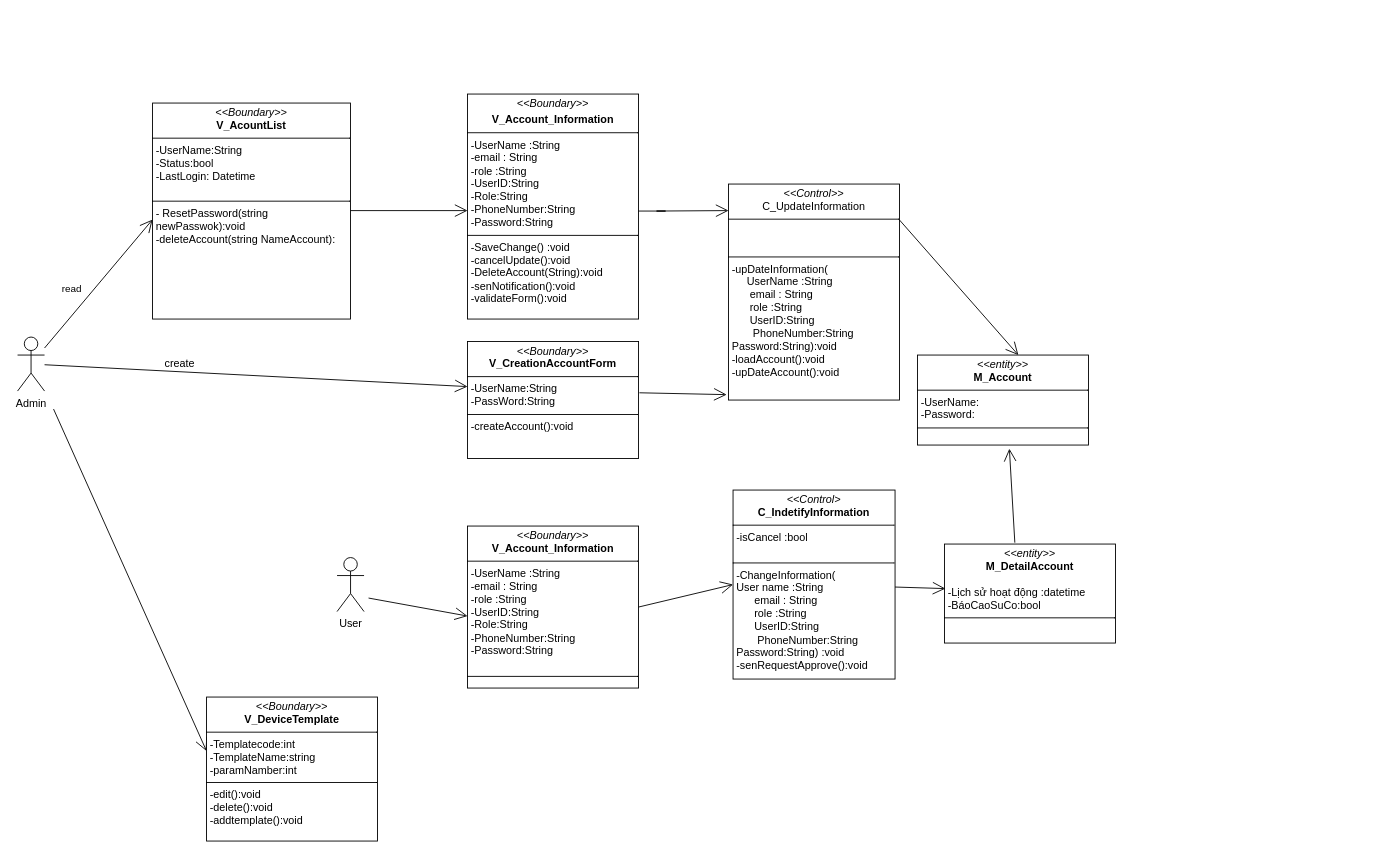
Earlier version of the draw.io diagram Class diagram/Account_management_class (1).drawio (cuongceg/BTL-IT3120). Source tidied: cells renumbered, new cells numbered last; positions are measured from the earlier drawing's top-left corner, leaving out a move shared by most shapes. Both pictures are drawn from the tidied source at 90%, with x=0, y=0 at pixel (17, 94).
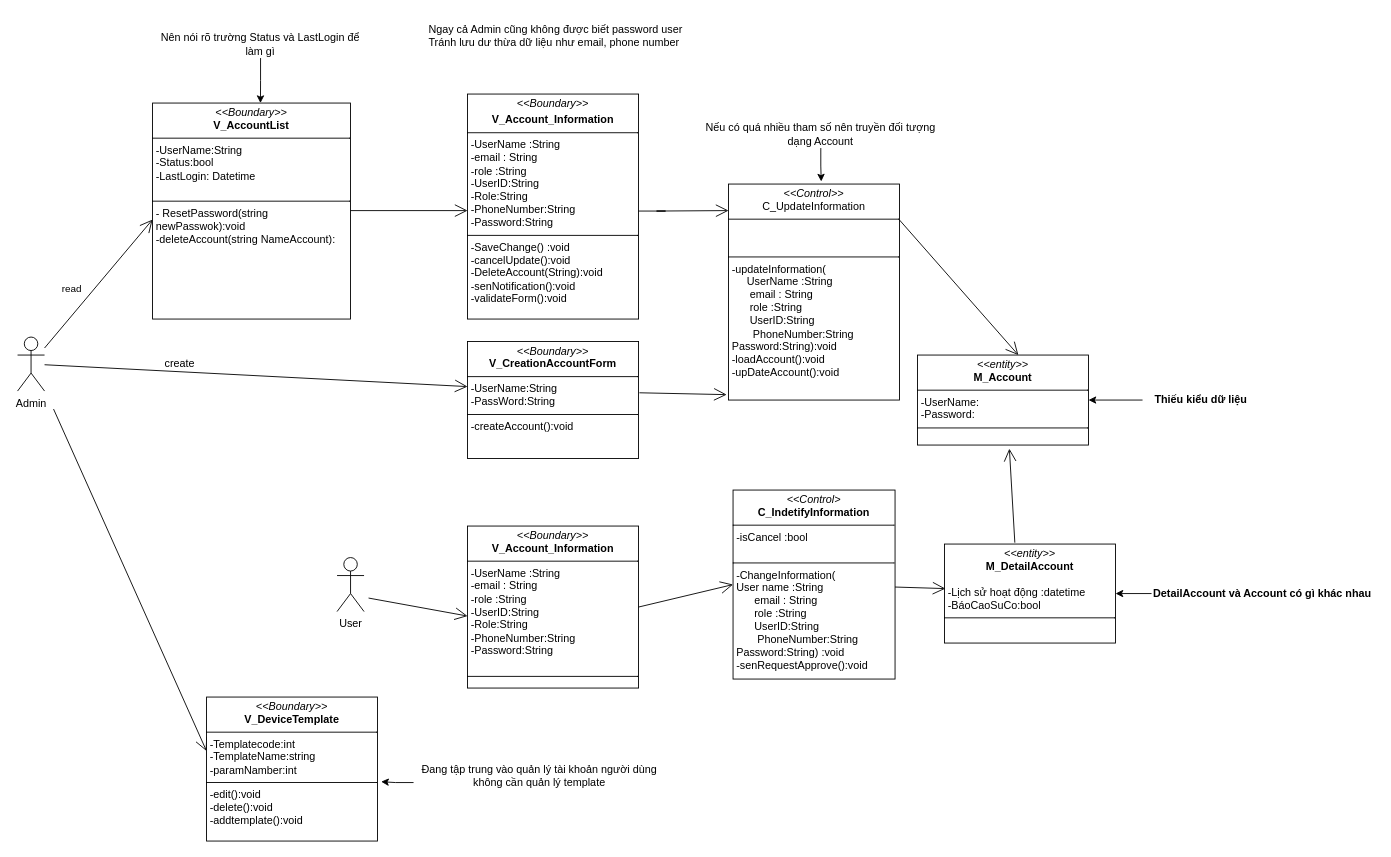
After the change.

Commit message:
refactor: add bugs note

Unchanged cells that the change refers to:
```xml
<mxCell id="13" value="&lt;p style=&quot;margin:0px;margin-top:4px;text-align:center;&quot;&gt;&lt;i&gt;&amp;lt;&amp;lt;entity&amp;gt;&amp;gt;&lt;/i&gt;&lt;br&gt;&lt;b&gt;M_Account&lt;/b&gt;&lt;/p&gt;&lt;hr size=&quot;1&quot; style=&quot;border-style:solid;&quot;&gt;&lt;p style=&quot;margin:0px;margin-left:4px;&quot;&gt;-UserName:&lt;br&gt;-Password:&lt;/p&gt;&lt;hr size=&quot;1&quot; style=&quot;border-style:solid;&quot;&gt;&lt;p style=&quot;margin:0px;margin-left:4px;&quot;&gt;&lt;br&gt;&lt;/p&gt;" style="verticalAlign=top;align=left;overflow=fill;html=1;whiteSpace=wrap;" parent="1" vertex="1">
  <mxGeometry x="1000" y="290" width="190" height="100" as="geometry" />
</mxCell>
<mxCell id="14" value="&lt;p style=&quot;margin:0px;margin-top:4px;text-align:center;&quot;&gt;&lt;i&gt;&amp;lt;&amp;lt;entity&amp;gt;&amp;gt;&lt;/i&gt;&lt;br&gt;&lt;b&gt;M_DetailAccount&lt;/b&gt;&lt;/p&gt;&lt;p style=&quot;margin:0px;margin-left:4px;&quot;&gt;&lt;br&gt;-Lịch sử hoạt động :datetime&lt;/p&gt;&lt;p style=&quot;margin:0px;margin-left:4px;&quot;&gt;-BáoCaoSuCo:bool&lt;/p&gt;&lt;hr size=&quot;1&quot; style=&quot;border-style:solid;&quot;&gt;&lt;p style=&quot;margin:0px;margin-left:4px;&quot;&gt;&lt;br&gt;&lt;br&gt;&lt;/p&gt;" style="verticalAlign=top;align=left;overflow=fill;html=1;whiteSpace=wrap;" parent="1" vertex="1">
  <mxGeometry x="1030" y="500" width="190" height="110" as="geometry" />
</mxCell>
<mxCell id="28" value="&lt;p style=&quot;margin:0px;margin-top:4px;text-align:center;&quot;&gt;&lt;i&gt;&amp;lt;&amp;lt;Boundary&amp;gt;&amp;gt;&lt;/i&gt;&lt;br&gt;&lt;b&gt;V_DeviceTemplate&lt;/b&gt;&lt;/p&gt;&lt;hr size=&quot;1&quot; style=&quot;border-style:solid;&quot;&gt;&lt;p style=&quot;margin:0px;margin-left:4px;&quot;&gt;-Templatecode:int&lt;br&gt;-TemplateName:string&lt;/p&gt;&lt;p style=&quot;margin:0px;margin-left:4px;&quot;&gt;-paramNamber:int&lt;/p&gt;&lt;hr size=&quot;1&quot; style=&quot;border-style:solid;&quot;&gt;&lt;p style=&quot;margin:0px;margin-left:4px;&quot;&gt;-edit():void&lt;br&gt;-delete():void&lt;/p&gt;&lt;p style=&quot;margin:0px;margin-left:4px;&quot;&gt;-addtemplate():void&lt;/p&gt;" style="verticalAlign=top;align=left;overflow=fill;html=1;whiteSpace=wrap;" parent="1" vertex="1">
  <mxGeometry x="210" y="670" width="190" height="160" as="geometry" />
</mxCell>
```

Change to the diagram source:
```diff
@@
-    <mxCell id="3" value="&lt;p style=&quot;margin:0px;margin-top:4px;text-align:center;&quot;&gt;&lt;i&gt;&amp;lt;&amp;lt;Boundary&amp;gt;&amp;gt;&lt;/i&gt;&lt;br&gt;&lt;b&gt;V_AcountList&lt;/b&gt;&lt;/p&gt;&lt;hr size=&quot;1&quot; style=&quot;border-style:solid;&quot;&gt;&lt;p style=&quot;margin:0px;margin-left:4px;&quot;&gt;-UserName:String&amp;nbsp;&lt;br&gt;&lt;/p&gt;&lt;p style=&quot;margin:0px;margin-left:4px;&quot;&gt;-Status:bool&lt;/p&gt;&lt;p style=&quot;margin:0px;margin-left:4px;&quot;&gt;-LastLogin: Datetime&lt;/p&gt;&lt;p style=&quot;margin:0px;margin-left:4px;&quot;&gt;&lt;br&gt;&lt;/p&gt;&lt;hr size=&quot;1&quot; style=&quot;border-style:solid;&quot;&gt;&lt;p style=&quot;margin:0px;margin-left:4px;&quot;&gt;- ResetPassword(string newPasswok):void&lt;br&gt;-deleteAccount(string NameAccount):&lt;/p&gt;" style="verticalAlign=top;align=left;overflow=fill;html=1;whiteSpace=wrap;" parent="1" vertex="1">
+    <mxCell id="3" value="&lt;p style=&quot;margin:0px;margin-top:4px;text-align:center;&quot;&gt;&lt;i&gt;&amp;lt;&amp;lt;Boundary&amp;gt;&amp;gt;&lt;/i&gt;&lt;br&gt;&lt;b&gt;V_AccountList&lt;/b&gt;&lt;/p&gt;&lt;hr size=&quot;1&quot; style=&quot;border-style:solid;&quot;&gt;&lt;p style=&quot;margin:0px;margin-left:4px;&quot;&gt;-UserName:String&amp;nbsp;&lt;br&gt;&lt;/p&gt;&lt;p style=&quot;margin:0px;margin-left:4px;&quot;&gt;-Status:bool&lt;/p&gt;&lt;p style=&quot;margin:0px;margin-left:4px;&quot;&gt;-LastLogin: Datetime&lt;/p&gt;&lt;p style=&quot;margin:0px;margin-left:4px;&quot;&gt;&lt;br&gt;&lt;/p&gt;&lt;hr size=&quot;1&quot; style=&quot;border-style:solid;&quot;&gt;&lt;p style=&quot;margin:0px;margin-left:4px;&quot;&gt;- ResetPassword(string newPasswok):void&lt;br&gt;-deleteAccount(string NameAccount):&lt;/p&gt;" style="verticalAlign=top;align=left;overflow=fill;html=1;whiteSpace=wrap;" parent="1" vertex="1">
       <mxGeometry x="150" y="10" width="220" height="240" as="geometry" />
     </mxCell>
@@
-    <mxCell id="11" value="&lt;p style=&quot;margin:0px;margin-top:4px;text-align:center;&quot;&gt;&lt;i&gt;&amp;lt;&amp;lt;Control&amp;gt;&amp;gt;&lt;/i&gt;&lt;br&gt;C_UpdateInformation&lt;/p&gt;&lt;hr size=&quot;1&quot; style=&quot;border-style:solid;&quot;&gt;&lt;p style=&quot;margin:0px;margin-left:4px;&quot;&gt;&lt;br&gt;&lt;br&gt;&lt;/p&gt;&lt;hr size=&quot;1&quot; style=&quot;border-style:solid;&quot;&gt;&lt;p style=&quot;margin:0px;margin-left:4px;&quot;&gt;-upDateInformation(&lt;/p&gt;&lt;p style=&quot;margin:0px;margin-left:4px;&quot;&gt;&amp;nbsp; &amp;nbsp; &amp;nbsp;UserName :String&lt;/p&gt;&lt;p style=&quot;margin:0px;margin-left:4px;&quot;&gt;&amp;nbsp; &amp;nbsp; &amp;nbsp; email : String&lt;/p&gt;&lt;p style=&quot;margin: 0px 0px 0px 4px;&quot;&gt;&amp;nbsp; &amp;nbsp; &amp;nbsp; role :String&amp;nbsp;&lt;/p&gt;&lt;p style=&quot;margin: 0px 0px 0px 4px;&quot;&gt;&amp;nbsp; &amp;nbsp; &amp;nbsp; UserID:String&amp;nbsp;&lt;/p&gt;&lt;p style=&quot;margin: 0px 0px 0px 4px;&quot;&gt;&amp;nbsp; &amp;nbsp; &amp;nbsp; &amp;nbsp;PhoneNumber:String&lt;/p&gt;&lt;p style=&quot;margin: 0px 0px 0px 4px;&quot;&gt;&lt;span style=&quot;background-color: transparent; color: light-dark(rgb(0, 0, 0), rgb(255, 255, 255));&quot;&gt;Password:String&lt;/span&gt;&lt;span style=&quot;background-color: transparent; color: light-dark(rgb(0, 0, 0), rgb(255, 255, 255));&quot;&gt;):void&amp;nbsp;&lt;/span&gt;&lt;/p&gt;&lt;p style=&quot;margin:0px;margin-left:4px;&quot;&gt;-loadAccount():void&lt;/p&gt;&lt;p style=&quot;margin:0px;margin-left:4px;&quot;&gt;-upDateAccount():void&lt;/p&gt;" style="verticalAlign=top;align=left;overflow=fill;html=1;whiteSpace=wrap;" parent="1" vertex="1">
+    <mxCell id="11" value="&lt;p style=&quot;margin:0px;margin-top:4px;text-align:center;&quot;&gt;&lt;i&gt;&amp;lt;&amp;lt;Control&amp;gt;&amp;gt;&lt;/i&gt;&lt;br&gt;C_UpdateInformation&lt;/p&gt;&lt;hr size=&quot;1&quot; style=&quot;border-style:solid;&quot;&gt;&lt;p style=&quot;margin:0px;margin-left:4px;&quot;&gt;&lt;br&gt;&lt;br&gt;&lt;/p&gt;&lt;hr size=&quot;1&quot; style=&quot;border-style:solid;&quot;&gt;&lt;p style=&quot;margin:0px;margin-left:4px;&quot;&gt;-updateInformation(&lt;/p&gt;&lt;p style=&quot;margin:0px;margin-left:4px;&quot;&gt;&amp;nbsp; &amp;nbsp; &amp;nbsp;UserName :String&lt;/p&gt;&lt;p style=&quot;margin:0px;margin-left:4px;&quot;&gt;&amp;nbsp; &amp;nbsp; &amp;nbsp; email : String&lt;/p&gt;&lt;p style=&quot;margin: 0px 0px 0px 4px;&quot;&gt;&amp;nbsp; &amp;nbsp; &amp;nbsp; role :String&amp;nbsp;&lt;/p&gt;&lt;p style=&quot;margin: 0px 0px 0px 4px;&quot;&gt;&amp;nbsp; &amp;nbsp; &amp;nbsp; UserID:String&amp;nbsp;&lt;/p&gt;&lt;p style=&quot;margin: 0px 0px 0px 4px;&quot;&gt;&amp;nbsp; &amp;nbsp; &amp;nbsp; &amp;nbsp;PhoneNumber:String&lt;/p&gt;&lt;p style=&quot;margin: 0px 0px 0px 4px;&quot;&gt;&lt;span style=&quot;background-color: transparent; color: light-dark(rgb(0, 0, 0), rgb(255, 255, 255));&quot;&gt;Password:String&lt;/span&gt;&lt;span style=&quot;background-color: transparent; color: light-dark(rgb(0, 0, 0), rgb(255, 255, 255));&quot;&gt;):void&amp;nbsp;&lt;/span&gt;&lt;/p&gt;&lt;p style=&quot;margin:0px;margin-left:4px;&quot;&gt;-loadAccount():void&lt;/p&gt;&lt;p style=&quot;margin:0px;margin-left:4px;&quot;&gt;-upDateAccount():void&lt;/p&gt;" style="verticalAlign=top;align=left;overflow=fill;html=1;whiteSpace=wrap;" parent="1" vertex="1">
       <mxGeometry x="790" y="100" width="190" height="240" as="geometry" />
     </mxCell>
@@
+    <mxCell id="29" value="Nên nói rõ trường Status và LastLogin để làm gì" style="text;html=1;align=center;verticalAlign=middle;whiteSpace=wrap;rounded=0;" parent="1" vertex="1">
+      <mxGeometry x="150" y="-70" width="240" height="30" as="geometry" />
+    </mxCell>
+    <mxCell id="30" style="edgeStyle=orthogonalEdgeStyle;rounded=0;jettySize=auto;html=1;entryX=0.545;entryY=0;entryDx=0;entryDy=0;entryPerimeter=0;" parent="1" edge="1" source="29" target="3">
+      <mxGeometry relative="1" as="geometry" />
+    </mxCell>
+    <mxCell id="31" value="Ngay cả Admin cũng không được biết password user&lt;div&gt;Tránh lưu dư thừa dữ liệu như email, phone number&lt;br&gt;&lt;div&gt;&lt;br&gt;&lt;/div&gt;&lt;/div&gt;" style="text;html=1;align=left;verticalAlign=middle;strokeColor=none;fillColor=none;" parent="1" vertex="1">
+      <mxGeometry x="455" y="-87" width="310" height="60" as="geometry" />
+    </mxCell>
+    <mxCell id="32" style="edgeStyle=orthogonalEdgeStyle;rounded=0;jettySize=auto;html=1;entryX=1;entryY=0.5;entryDx=0;entryDy=0;" parent="1" edge="1" source="33" target="13">
+      <mxGeometry relative="1" as="geometry" />
+    </mxCell>
+    <mxCell id="33" value="&lt;b&gt;Thiếu kiểu dữ liệu&lt;/b&gt;" style="text;html=1;align=center;verticalAlign=middle;whiteSpace=wrap;rounded=0;" parent="1" vertex="1">
+      <mxGeometry x="1250" y="325" width="130" height="30" as="geometry" />
+    </mxCell>
+    <mxCell id="34" value="Nếu có quá nhiều tham số nên truyền đối tượng dạng Account" style="text;html=1;align=center;verticalAlign=middle;whiteSpace=wrap;rounded=0;" parent="1" vertex="1">
+      <mxGeometry x="760" y="30" width="265" height="30" as="geometry" />
+    </mxCell>
+    <mxCell id="35" style="edgeStyle=orthogonalEdgeStyle;rounded=0;jettySize=auto;html=1;entryX=0.542;entryY=-0.012;entryDx=0;entryDy=0;entryPerimeter=0;" parent="1" edge="1" source="34" target="11">
+      <mxGeometry relative="1" as="geometry" />
+    </mxCell>
+    <mxCell id="36" value="Đang tập trung vào quản lý tài khoản người dùng không cần quản lý template&lt;div&gt;&lt;br&gt;&lt;/div&gt;" style="text;html=1;align=center;verticalAlign=middle;whiteSpace=wrap;rounded=0;" parent="1" vertex="1">
+      <mxGeometry x="440" y="750" width="280" height="30" as="geometry" />
+    </mxCell>
+    <mxCell id="37" style="edgeStyle=orthogonalEdgeStyle;rounded=0;jettySize=auto;html=1;entryX=1.021;entryY=0.588;entryDx=0;entryDy=0;entryPerimeter=0;" parent="1" edge="1" source="36" target="28">
+      <mxGeometry relative="1" as="geometry" />
+    </mxCell>
+    <mxCell id="38" style="edgeStyle=orthogonalEdgeStyle;rounded=0;jettySize=auto;html=1;entryX=1;entryY=0.5;entryDx=0;entryDy=0;" parent="1" edge="1" source="39" target="14">
+      <mxGeometry relative="1" as="geometry" />
+    </mxCell>
+    <mxCell id="39" value="&lt;b&gt;DetailAccount và Account có gì khác nhau&amp;nbsp;&lt;/b&gt;" style="text;html=1;align=center;verticalAlign=middle;whiteSpace=wrap;rounded=0;" parent="1" vertex="1">
+      <mxGeometry x="1260" y="540" width="250" height="30" as="geometry" />
+    </mxCell>
```
